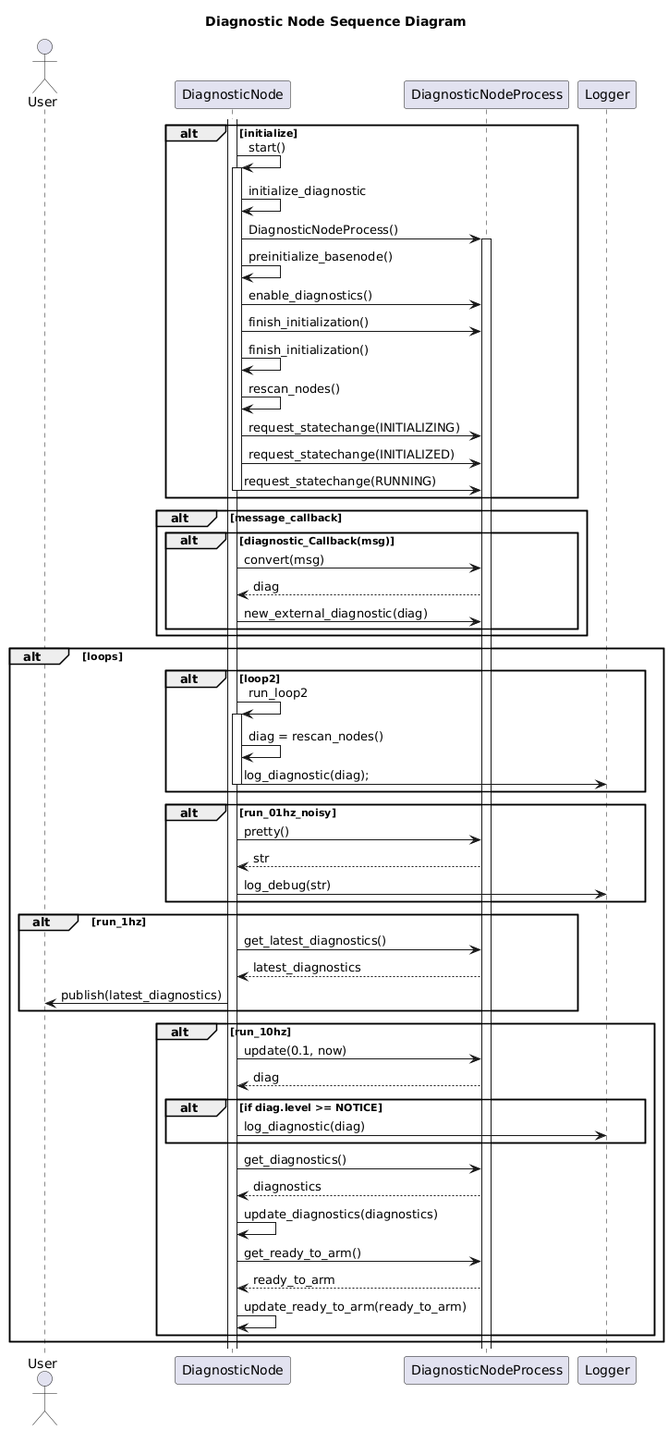
dgitz/eros keeps this PlantUML diagram as nodes/DiagnosticNode/doc/output/DiagnosticNodeSequenceDiagram.png. Above is the earlier version. Source of this version:
```plantuml
@startuml
title Diagnostic Node Sequence Diagram
actor User as user
participant DiagnosticNode as node
participant DiagnosticNodeProcess as process
participant Logger as logger

alt initialize
    activate node
    node -> node++: start()
    node -> node: initialize_diagnostic
    node -> process++: DiagnosticNodeProcess()
    node -> node: preinitialize_basenode()
    node -> process: enable_diagnostics()
    node -> process: finish_initialization()
    node -> node: finish_initialization()
    node -> node: rescan_nodes()
    node -> process: request_statechange(INITIALIZING)
    node -> process: request_statechange(INITIALIZED)
    node -> process: request_statechange(RUNNING)
    node--
end

alt message_callback
    alt diagnostic_Callback(msg)
    node -> process: convert(msg)
    process --> node: diag
    node -> process: new_external_diagnostic(diag)
    end
end

alt loops
    alt loop2
        node -> node++: run_loop2
        node -> node: diag = rescan_nodes()
        node -> logger: log_diagnostic(diag);
        node--
    end
    alt run_01hz_noisy
        node -> process: pretty()
        process --> node: str
        node -> logger: log_debug(str)
    end
    alt run_1hz
        node -> process: get_latest_diagnostics()
        process --> node: latest_diagnostics
        node -> user: publish(latest_diagnostics)
    end
    alt run_10hz
        node -> process: update(0.1, now)
        process --> node: diag
        alt if diag.level >= NOTICE
            node -> logger: log_diagnostic(diag)
        end
        node -> process: get_diagnostics()
        process --> node: diagnostics
        node -> node: update_diagnostics(diagnostics)
        node -> process: get_ready_to_arm()
        process --> node: ready_to_arm
        node -> node: update_ready_to_arm(ready_to_arm)

    end
end
@enduml
```
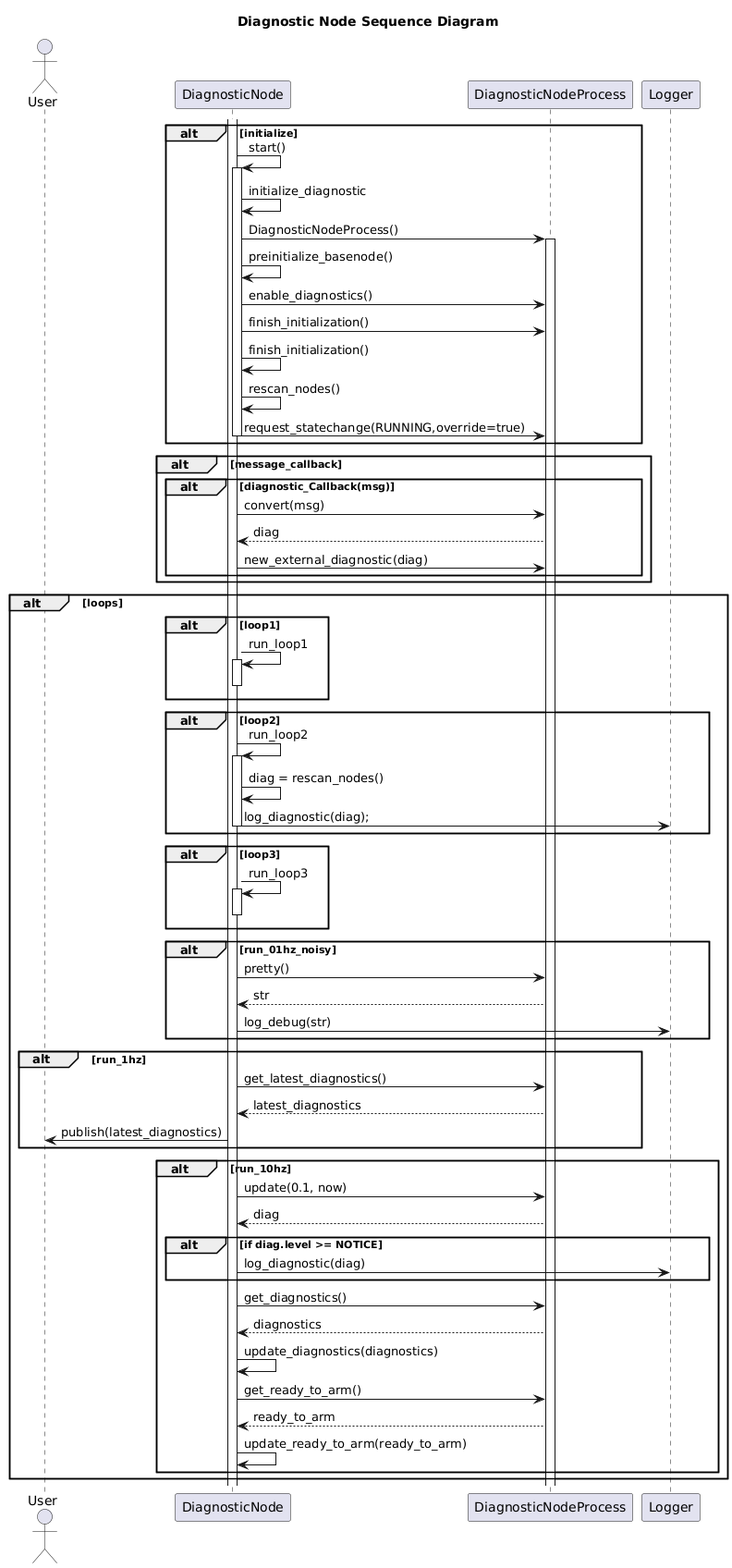
Later version of the same file.

Diff of the diagram source:
```diff
@@ -15,9 +15,7 @@
     node -> process: finish_initialization()
     node -> node: finish_initialization()
     node -> node: rescan_nodes()
-    node -> process: request_statechange(INITIALIZING)
-    node -> process: request_statechange(INITIALIZED)
-    node -> process: request_statechange(RUNNING)
+    node -> process: request_statechange(RUNNING,override=true)
     node--
 end
 
@@ -30,12 +28,21 @@
 end
 
 alt loops
+    alt loop1
+        node -> node++: run_loop1
+        node--
+    end
     alt loop2
         node -> node++: run_loop2
         node -> node: diag = rescan_nodes()
         node -> logger: log_diagnostic(diag);
         node--
     end
+    alt loop3
+        node -> node++: run_loop3
+        node--
+    end
+
     alt run_01hz_noisy
         node -> process: pretty()
         process --> node: str
```
